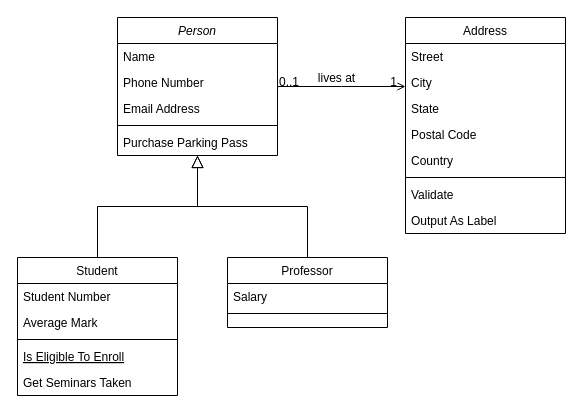
Above: 未命名绘图.drawio in YiliSong9818/drawio (draw.io), before the change. Source tidied: cells renumbered, new cells numbered last; positions are measured from the earlier drawing's top-left corner, leaving out a move shared by most shapes. Both pictures are drawn from the tidied source at 100%, with x=0, y=0 at pixel (17, 17).
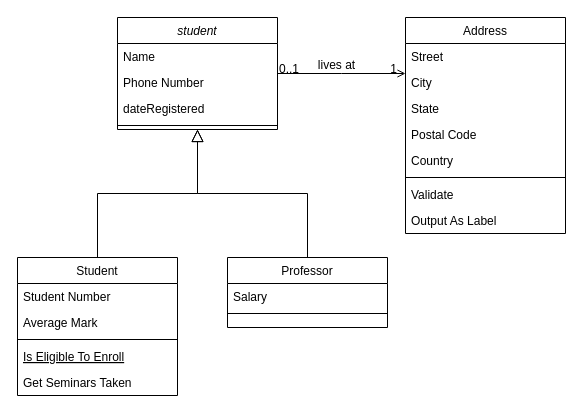
Above is the later version.

What changed in the source:
```diff
@@
-    <mxCell id="2" value="Person" style="swimlane;fontStyle=2;align=center;verticalAlign=top;horizontal=1;startSize=26;rounded=0;shadow=0;strokeWidth=1;" parent="1" vertex="1">
-      <mxGeometry x="100" width="160" height="138" as="geometry" />
+    <mxCell id="2" value="student" style="swimlane;fontStyle=2;align=center;verticalAlign=top;horizontal=1;startSize=26;rounded=0;shadow=0;strokeWidth=1;" parent="1" vertex="1">
+      <mxGeometry x="100" width="160" height="112" as="geometry" />
     </mxCell>
@@
-    <mxCell id="5" value="Email Address" style="text;align=left;verticalAlign=top;spacingLeft=4;spacingRight=4;overflow=hidden;rounded=0;shadow=0;html=0;" parent="2" vertex="1">
+    <mxCell id="5" value="dateRegistered" style="text;align=left;verticalAlign=top;spacingLeft=4;spacingRight=4;overflow=hidden;rounded=0;shadow=0;html=0;" parent="2" vertex="1">
       <mxGeometry y="78" width="160" height="26" as="geometry" />
     </mxCell>
@@
-    <mxCell id="7" value="Purchase Parking Pass" style="text;align=left;verticalAlign=top;spacingLeft=4;spacingRight=4;overflow=hidden;" parent="2" vertex="1">
-      <mxGeometry y="112" width="160" height="26" as="geometry" />
-    </mxCell>
```
